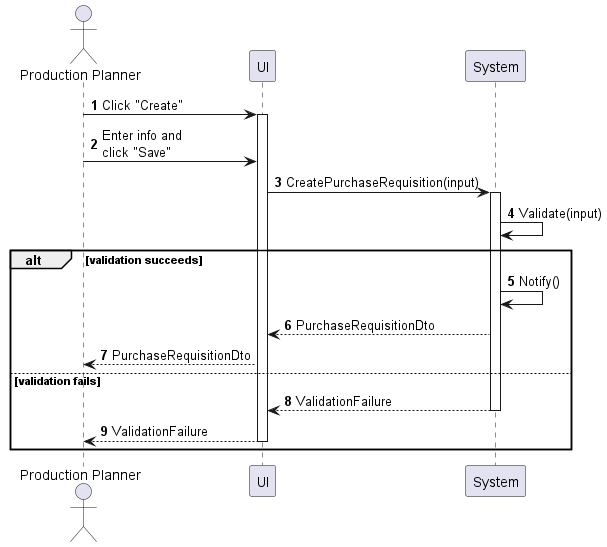
Before: sequences/purchase-requisition-create.png, a diagram exported from PlantUML (phihungha/scmss-reqs).
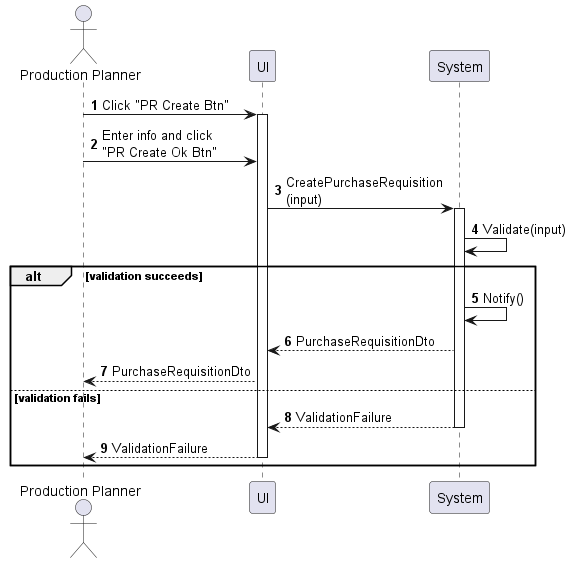
Above is the later version.

Change to the diagram source:
```diff
@@ -5,10 +5,10 @@
 participant UI as f
 participant System as b
 
-a -> f : Click "Create"
+a -> f : Click "PR Create Btn"
 activate f
-a -> f : Enter info and\nclick "Save"
-f -> b : CreatePurchaseRequisition(input)
+a -> f : Enter info and click\n"PR Create Ok Btn"
+f -> b : CreatePurchaseRequisition\n(input)
 activate b
 b -> b : Validate(input)
 
```
